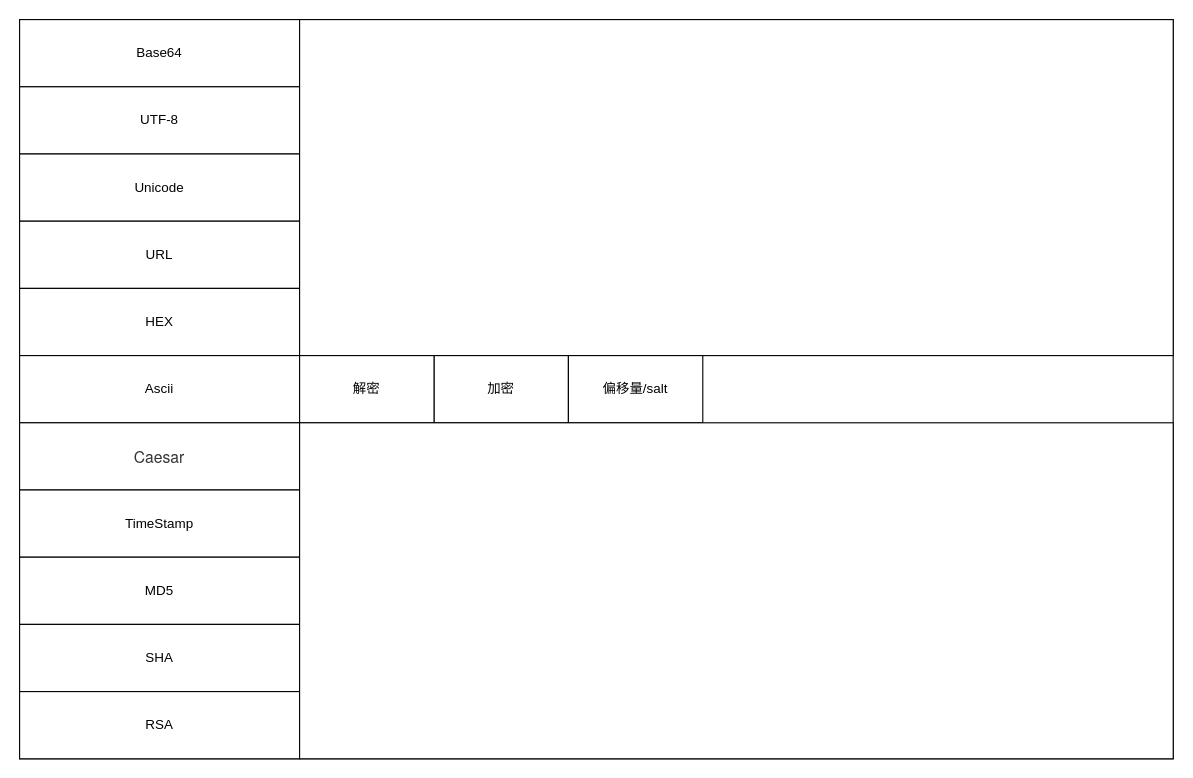
This is blog/draw.drawio from Zephyrccc/ImageHostingService, a draw.io file, before an edit. Source tidied: cells renumbered, new cells numbered last; positions are measured from the earlier drawing's top-left corner, leaving out a move shared by most shapes. Both pictures are drawn from the tidied source at 112%, with x=0, y=0 at pixel (19, 19).
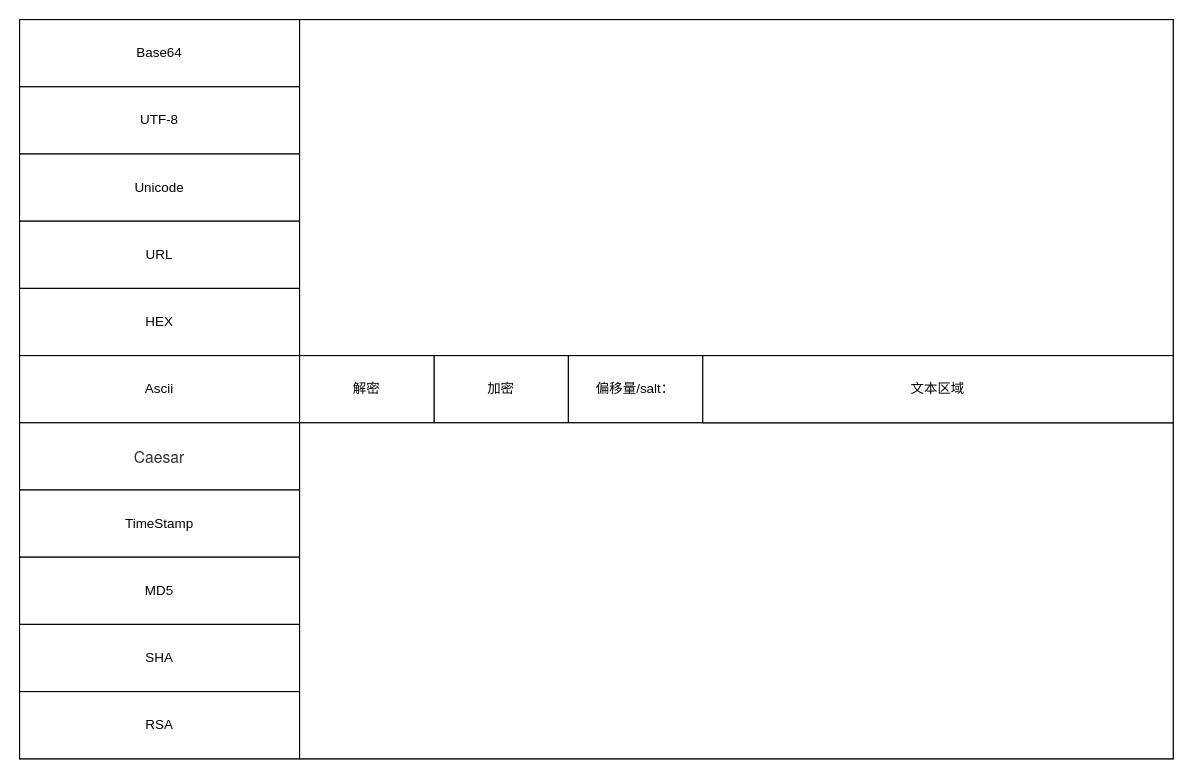
After the change.

The edit, as a diff of the source:
```diff
@@
 <mxGraphModel>
   <root>
     <mxCell id="0" />
     <mxCell id="1" parent="0" />
     <mxCell id="2" style="rounded=0;whiteSpace=wrap;html=1;" parent="1" vertex="1">
       <mxGeometry width="1030" height="660" as="geometry" />
     </mxCell>
     <mxCell id="3" value="Base64" style="rounded=0;whiteSpace=wrap;html=1;" parent="1" vertex="1">
       <mxGeometry width="250" height="60" as="geometry" />
     </mxCell>
     <mxCell id="4" value="UTF-8" style="rounded=0;whiteSpace=wrap;html=1;" parent="1" vertex="1">
       <mxGeometry y="60" width="250" height="60" as="geometry" />
     </mxCell>
     <mxCell id="5" value="Unicode" style="rounded=0;whiteSpace=wrap;html=1;" parent="1" vertex="1">
       <mxGeometry y="120" width="250" height="60" as="geometry" />
     </mxCell>
     <mxCell id="6" value="URL" style="rounded=0;whiteSpace=wrap;html=1;" parent="1" vertex="1">
       <mxGeometry y="180" width="250" height="60" as="geometry" />
     </mxCell>
     <mxCell id="7" value="HEX" style="rounded=0;whiteSpace=wrap;html=1;" parent="1" vertex="1">
       <mxGeometry y="240" width="250" height="60" as="geometry" />
     </mxCell>
     <mxCell id="8" value="Ascii" style="rounded=0;whiteSpace=wrap;html=1;" parent="1" vertex="1">
       <mxGeometry y="300" width="250" height="60" as="geometry" />
     </mxCell>
     <mxCell id="9" value="&lt;span style=&quot;color: rgb(51, 51, 51); font-family: &amp;quot;Helvetica Neue&amp;quot;, Helvetica, Arial, &amp;quot;PingFang SC&amp;quot;, &amp;quot;Hiragino Sans GB&amp;quot;, &amp;quot;Microsoft YaHei&amp;quot;, &amp;quot;WenQuanYi Micro Hei&amp;quot;, sans-serif; font-size: 14px; text-align: start; text-indent: 28px; background-color: rgb(255, 255, 255);&quot;&gt;Caesar&lt;/span&gt;" style="rounded=0;whiteSpace=wrap;html=1;" parent="1" vertex="1">
       <mxGeometry y="360" width="250" height="60" as="geometry" />
     </mxCell>
     <mxCell id="10" value="TimeStamp" style="rounded=0;whiteSpace=wrap;html=1;" parent="1" vertex="1">
       <mxGeometry y="420" width="250" height="60" as="geometry" />
     </mxCell>
     <mxCell id="11" value="MD5" style="rounded=0;whiteSpace=wrap;html=1;" parent="1" vertex="1">
       <mxGeometry y="480" width="250" height="60" as="geometry" />
     </mxCell>
     <mxCell id="12" value="SHA" style="rounded=0;whiteSpace=wrap;html=1;" parent="1" vertex="1">
       <mxGeometry y="540" width="250" height="60" as="geometry" />
     </mxCell>
     <mxCell id="13" value="RSA" style="rounded=0;whiteSpace=wrap;html=1;" parent="1" vertex="1">
       <mxGeometry y="600" width="250" height="60" as="geometry" />
     </mxCell>
     <mxCell id="14" style="rounded=0;whiteSpace=wrap;html=1;" parent="1" vertex="1">
       <mxGeometry x="250" width="780" height="300" as="geometry" />
     </mxCell>
     <mxCell id="15" value="加密" style="rounded=0;whiteSpace=wrap;html=1;" parent="1" vertex="1">
       <mxGeometry x="370" y="300" width="120" height="60" as="geometry" />
     </mxCell>
     <mxCell id="16" value="解密" style="rounded=0;whiteSpace=wrap;html=1;" parent="1" vertex="1">
       <mxGeometry x="250" y="300" width="120" height="60" as="geometry" />
     </mxCell>
-    <mxCell id="17" value="偏移量/salt" style="rounded=0;whiteSpace=wrap;html=1;" parent="1" vertex="1">
+    <mxCell id="17" value="偏移量/salt：" style="rounded=0;whiteSpace=wrap;html=1;" parent="1" vertex="1">
       <mxGeometry x="490" y="300" width="120" height="60" as="geometry" />
     </mxCell>
     <mxCell id="18" style="rounded=0;whiteSpace=wrap;html=1;" parent="1" vertex="1">
       <mxGeometry x="250" y="360" width="780" height="300" as="geometry" />
     </mxCell>
+    <mxCell id="19" value="文本区域" style="rounded=0;whiteSpace=wrap;html=1;" parent="1" vertex="1">
+      <mxGeometry x="610" y="300" width="420" height="60" as="geometry" />
+    </mxCell>
   </root>
 </mxGraphModel>
```
